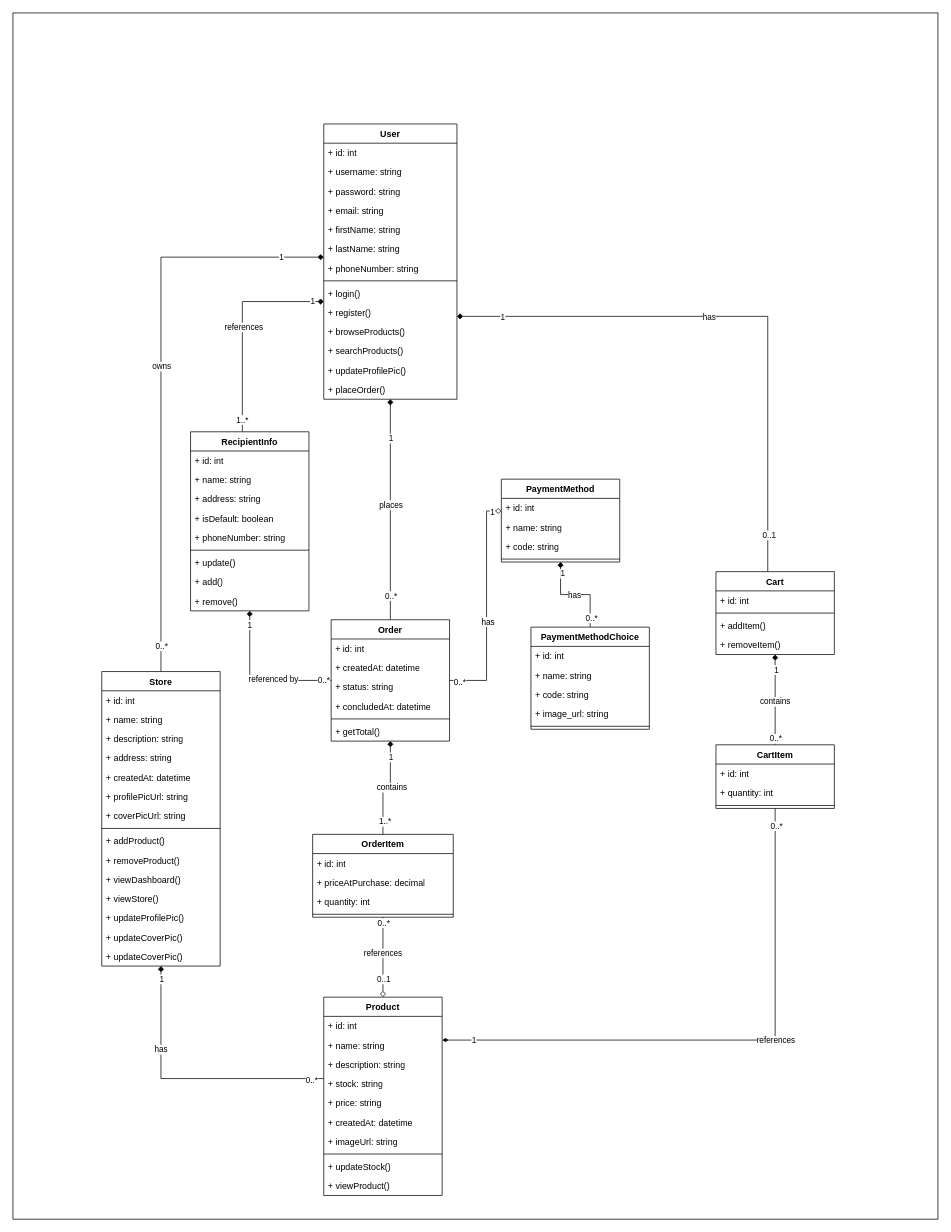
The draw.io diagram page "Class Diagram" (2 of 2) of E-Commerce API Use-case diagram.drawio in RHILIUS/drawio, before the edit. Source tidied: cells renumbered, new cells numbered last; positions are measured from the earlier drawing's top-left corner, leaving out a move shared by most shapes. Both pictures are drawn from the tidied source at 74%, with x=0, y=0 at pixel (13, 13).
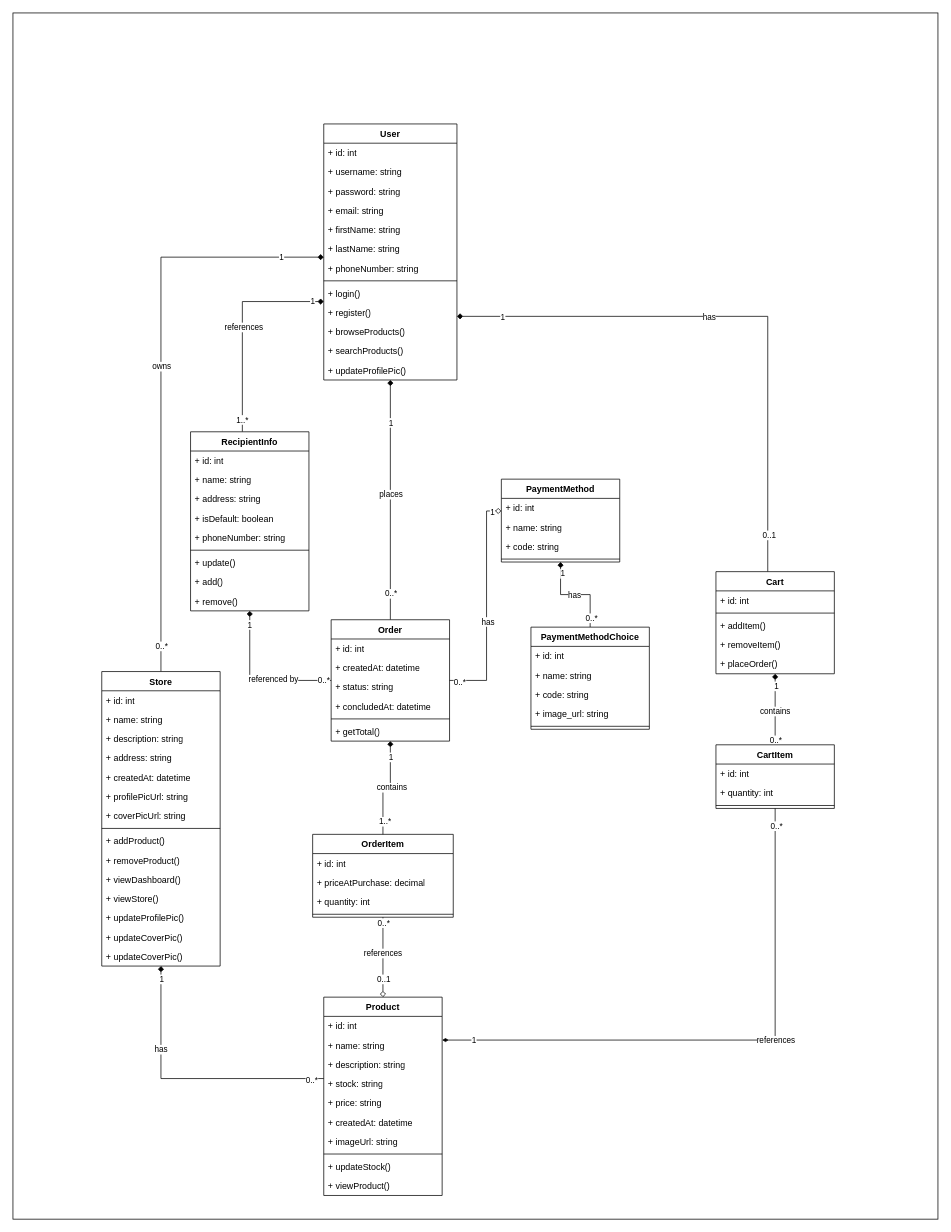
Above is the later version.

What changed in the source:
```diff
@@
     <mxCell id="3" value="User" style="swimlane;fontStyle=1;align=center;verticalAlign=top;horizontal=1;startSize=26;whiteSpace=wrap;html=1;" parent="1" vertex="1">
-      <mxGeometry x="420" y="150" width="180" height="372" as="geometry" />
+      <mxGeometry x="420" y="150" width="180" height="346" as="geometry" />
     </mxCell>
@@
-    <mxCell id="17" value="+ placeOrder()" style="text;strokeColor=none;fillColor=none;align=left;verticalAlign=top;spacingLeft=4;spacingRight=4;overflow=hidden;whiteSpace=wrap;html=1;" parent="3" vertex="1">
-      <mxGeometry y="346" width="180" height="26" as="geometry" />
-    </mxCell>
@@
     <mxCell id="22" value="Cart" style="swimlane;fontStyle=1;align=center;verticalAlign=top;horizontal=1;startSize=26;whiteSpace=wrap;html=1;" parent="1" vertex="1">
-      <mxGeometry x="950" y="755" width="160" height="112" as="geometry" />
+      <mxGeometry x="950" y="755" width="160" height="138" as="geometry" />
     </mxCell>
@@
+    <mxCell id="17" value="+ placeOrder()" style="text;strokeColor=none;fillColor=none;align=left;verticalAlign=top;spacingLeft=4;spacingRight=4;overflow=hidden;whiteSpace=wrap;html=1;" parent="22" vertex="1">
+      <mxGeometry y="112" width="160" height="26" as="geometry" />
+    </mxCell>
```
